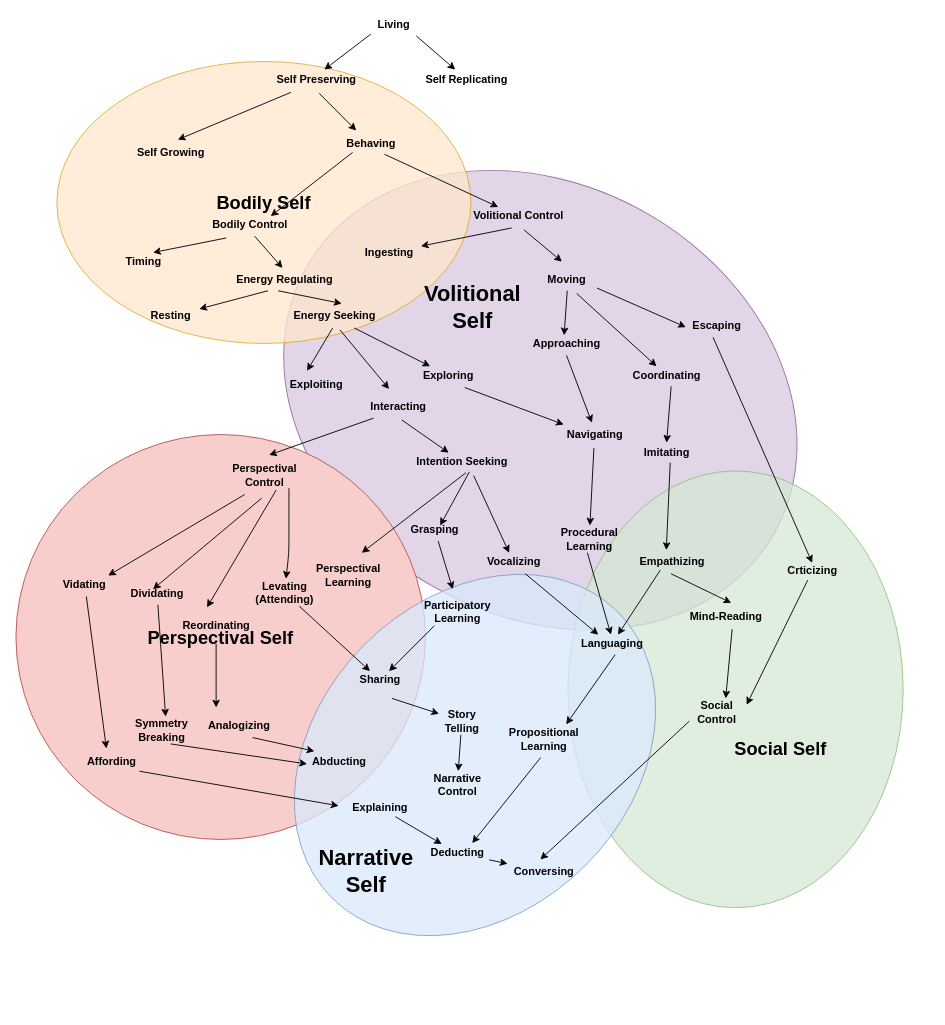
The draw.io diagram self_evolution.drawio in codeaudit/1, before the edit. Source tidied: cells renumbered, new cells numbered last; positions are measured from the earlier drawing's top-left corner, leaving out a move shared by most shapes. Both pictures are drawn from the tidied source at 91%, with x=0, y=0 at pixel (15, 15).
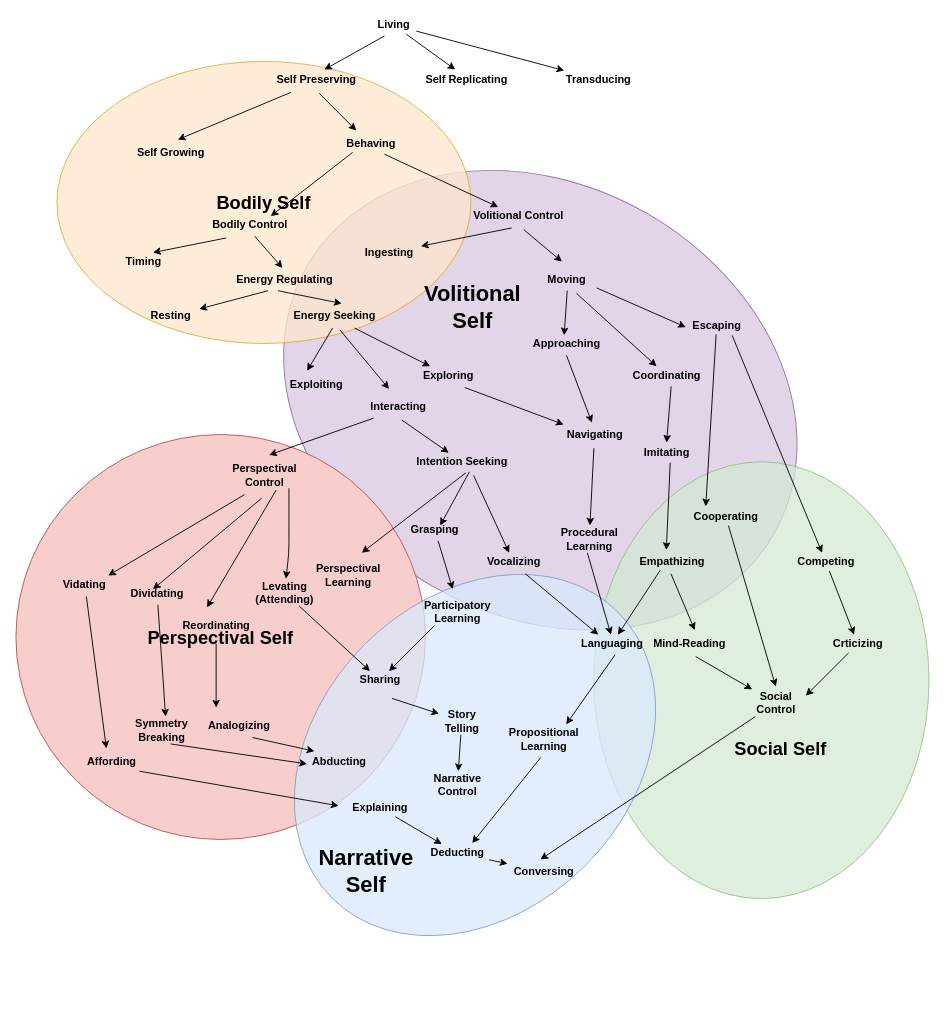
Above is the later version.

The change refers to these unchanged cells:
```xml
<mxCell id="7" value="Living" style="text;html=1;align=center;verticalAlign=middle;points=[];fontStyle=1;" parent="1" vertex="1">
  <mxGeometry x="390" width="50" height="20" as="geometry" />
</mxCell>
<mxCell id="8" value="Self Preserving" style="text;html=1;align=center;verticalAlign=middle;points=[];fontStyle=1;" parent="1" vertex="1">
  <mxGeometry x="280" y="60" width="100" height="20" as="geometry" />
</mxCell>
<mxCell id="9" value="Self Replicating" style="text;html=1;align=center;verticalAlign=middle;points=[];fontStyle=1;" parent="1" vertex="1">
  <mxGeometry x="440" y="60" width="110" height="20" as="geometry" />
</mxCell>
<mxCell id="23" value="Escaping" style="text;html=1;align=center;verticalAlign=middle;points=[];fontStyle=1;" parent="1" vertex="1">
  <mxGeometry x="735" y="330" width="70" height="20" as="geometry" />
</mxCell>
<mxCell id="78" value="Conversing" style="text;html=1;align=center;verticalAlign=middle;points=[];fontStyle=1;" parent="1" vertex="1">
  <mxGeometry x="540.3" y="930" width="80" height="20" as="geometry" />
</mxCell>
```

The edit, as a diff of the source:
```diff
@@
     <mxCell id="3" style="ellipse;whiteSpace=wrap;html=1;fillColor=#d5e8d4;strokeColor=#82b366;direction=south;opacity=75;" parent="1" vertex="1">
-      <mxGeometry x="606.6" y="500" width="368.4" height="480" as="geometry" />
+      <mxGeometry x="635" y="490" width="368.4" height="480" as="geometry" />
     </mxCell>
@@
     <mxCell id="38" value="Social&lt;br&gt;Control" style="text;html=1;align=center;verticalAlign=middle;points=[];fontStyle=1;" parent="1" vertex="1">
-      <mxGeometry x="740" y="750" width="60" height="30" as="geometry" />
+      <mxGeometry x="805" y="740" width="60" height="30" as="geometry" />
     </mxCell>
@@
     <mxCell id="41" value="Mind-Reading" style="text;html=1;align=center;verticalAlign=middle;points=[];fontStyle=1;" parent="1" vertex="1">
-      <mxGeometry x="735" y="650" width="90" height="20" as="geometry" />
+      <mxGeometry x="695" y="680" width="90" height="20" as="geometry" />
     </mxCell>
@@
-    <mxCell id="47" style="endArrow=none;html=1;exitX=0.589;exitY=-0.05;exitDx=0;exitDy=0;exitPerimeter=0;endFill=0;startArrow=classic;startFill=1;" parent="1" edge="1" source="8">
-      <mxGeometry relative="1" as="geometry">
-        <mxPoint x="390" y="20" as="targetPoint" />
-      </mxGeometry>
+    <mxCell id="47" style="endArrow=none;html=1;exitX=0.589;exitY=-0.05;exitDx=0;exitDy=0;exitPerimeter=0;endFill=0;startArrow=classic;startFill=1;entryX=0.3;entryY=1.1;entryDx=0;entryDy=0;entryPerimeter=0;" parent="1" edge="1" source="8" target="7">
+      <mxGeometry relative="1" as="geometry" />
     </mxCell>
-    <mxCell id="48" style="endArrow=none;html=1;entryX=1;entryY=1.1;entryDx=0;entryDy=0;entryPerimeter=0;exitX=0.389;exitY=-0.05;exitDx=0;exitDy=0;exitPerimeter=0;startArrow=classic;startFill=1;" parent="1" edge="1" source="9" target="7">
+    <mxCell id="48" style="endArrow=none;html=1;exitX=0.389;exitY=-0.05;exitDx=0;exitDy=0;exitPerimeter=0;startArrow=classic;startFill=1;" parent="1" edge="1" source="9" target="7">
       <mxGeometry relative="1" as="geometry" />
     </mxCell>
@@
-    <mxCell id="80" style="endArrow=none;html=1;entryX=0.578;entryY=1.2;entryDx=0;entryDy=0;entryPerimeter=0;endFill=0;startArrow=classic;startFill=1;" parent="1" edge="1" target="41">
-      <mxGeometry relative="1" as="geometry">
-        <mxPoint x="780" y="750" as="sourcePoint" />
-      </mxGeometry>
+    <mxCell id="80" style="endArrow=none;html=1;entryX=0.578;entryY=1.2;entryDx=0;entryDy=0;entryPerimeter=0;endFill=0;startArrow=classic;startFill=1;" parent="1" edge="1" source="38" target="41">
+      <mxGeometry relative="1" as="geometry" />
     </mxCell>
-    <mxCell id="81" style="endArrow=none;html=1;exitX=0.45;exitY=-0.15;exitDx=0;exitDy=0;exitPerimeter=0;endFill=0;startArrow=classic;startFill=1;" parent="1" edge="1" source="78">
-      <mxGeometry relative="1" as="geometry">
-        <mxPoint x="740" y="775" as="targetPoint" />
-      </mxGeometry>
+    <mxCell id="81" style="endArrow=none;html=1;exitX=0.45;exitY=-0.15;exitDx=0;exitDy=0;exitPerimeter=0;endFill=0;startArrow=classic;startFill=1;" parent="1" edge="1" source="78" target="38">
+      <mxGeometry relative="1" as="geometry" />
     </mxCell>
@@
     <mxCell id="110" value="Crticizing" style="text;html=1;align=center;verticalAlign=middle;points=[];fontStyle=1;" parent="1" vertex="1">
-      <mxGeometry x="840" y="600" width="70" height="20" as="geometry" />
+      <mxGeometry x="890" y="680" width="70" height="20" as="geometry" />
     </mxCell>
-    <mxCell id="111" style="endArrow=classic;html=1;exitX=0.443;exitY=1.15;exitDx=0;exitDy=0;exitPerimeter=0;entryX=0.5;entryY=0.05;entryDx=0;entryDy=0;entryPerimeter=0;" parent="1" edge="1" source="23" target="110">
+    <mxCell id="111" style="endArrow=classic;html=1;exitX=0.743;exitY=1.05;exitDx=0;exitDy=0;exitPerimeter=0;" parent="1" edge="1" source="23" target="114">
       <mxGeometry relative="1" as="geometry" />
     </mxCell>
@@
+    <mxCell id="113" value="Cooperating" style="text;html=1;align=center;verticalAlign=middle;points=[];fontStyle=1;" parent="1" vertex="1">
+      <mxGeometry x="735" y="540" width="90" height="20" as="geometry" />
+    </mxCell>
+    <mxCell id="114" value="Competing" style="text;html=1;align=center;verticalAlign=middle;points=[];fontStyle=1;" parent="1" vertex="1">
+      <mxGeometry x="850" y="590" width="80" height="20" as="geometry" />
+    </mxCell>
+    <mxCell id="115" style="endArrow=classic;html=1;entryX=0.256;entryY=-0.05;entryDx=0;entryDy=0;entryPerimeter=0;" parent="1" edge="1" source="23" target="113">
+      <mxGeometry relative="1" as="geometry" />
+    </mxCell>
+    <mxCell id="116" style="endArrow=classic;html=1;" parent="1" edge="1" source="114" target="110">
+      <mxGeometry relative="1" as="geometry" />
+    </mxCell>
+    <mxCell id="117" style="endArrow=classic;html=1;entryX=0.5;entryY=-0.1;entryDx=0;entryDy=0;entryPerimeter=0;" parent="1" edge="1" source="113" target="38">
+      <mxGeometry relative="1" as="geometry" />
+    </mxCell>
+    <mxCell id="118" value="Transducing" style="text;html=1;align=center;verticalAlign=middle;points=[];fontStyle=1;" parent="1" vertex="1">
+      <mxGeometry x="595" y="60" width="90" height="20" as="geometry" />
+    </mxCell>
+    <mxCell id="119" style="endArrow=none;html=1;startArrow=classic;startFill=1;" parent="1" edge="1" source="118" target="7">
+      <mxGeometry relative="1" as="geometry" />
+    </mxCell>
```
